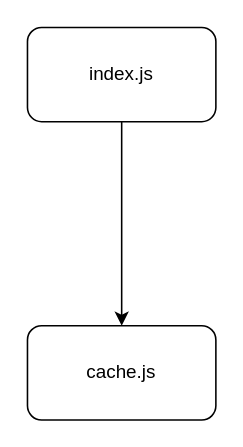
Above: docs/structure.drawio in yiran1201/ava-backend (draw.io), before the change. Source tidied: cells renumbered, new cells numbered last; positions are measured from the earlier drawing's top-left corner, leaving out a move shared by most shapes. Both pictures are drawn from the tidied source at 157%, with x=0, y=0 at pixel (27, 27).
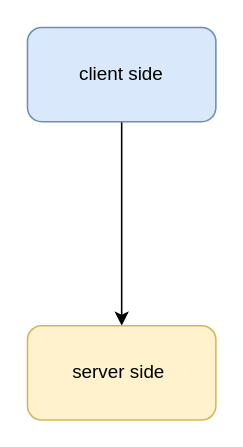
The same diagram, later.

The edit, as a diff of the source:
```diff
@@
 <mxGraphModel>
   <root>
     <mxCell id="0" />
     <mxCell id="1" parent="0" />
     <mxCell id="2" style="edgeStyle=orthogonalEdgeStyle;rounded=0;jettySize=auto;html=1;exitX=0.5;exitY=1;exitDx=0;exitDy=0;entryX=0.5;entryY=0;entryDx=0;entryDy=0;" parent="1" edge="1" source="3" target="4">
       <mxGeometry relative="1" as="geometry" />
     </mxCell>
-    <mxCell id="3" value="index.js" style="rounded=1;whiteSpace=wrap;html=1;" parent="1" vertex="1">
+    <mxCell id="3" value="client side" style="rounded=1;whiteSpace=wrap;html=1;fillColor=#dae8fc;strokeColor=#6c8ebf;" parent="1" vertex="1">
       <mxGeometry width="120" height="60" as="geometry" />
     </mxCell>
-    <mxCell id="4" value="cache.js" style="rounded=1;whiteSpace=wrap;html=1;" parent="1" vertex="1">
+    <mxCell id="4" value="server side&amp;nbsp;" style="rounded=1;whiteSpace=wrap;html=1;fillColor=#fff2cc;strokeColor=#d6b656;" parent="1" vertex="1">
       <mxGeometry y="190" width="120" height="60" as="geometry" />
     </mxCell>
   </root>
 </mxGraphModel>
```
